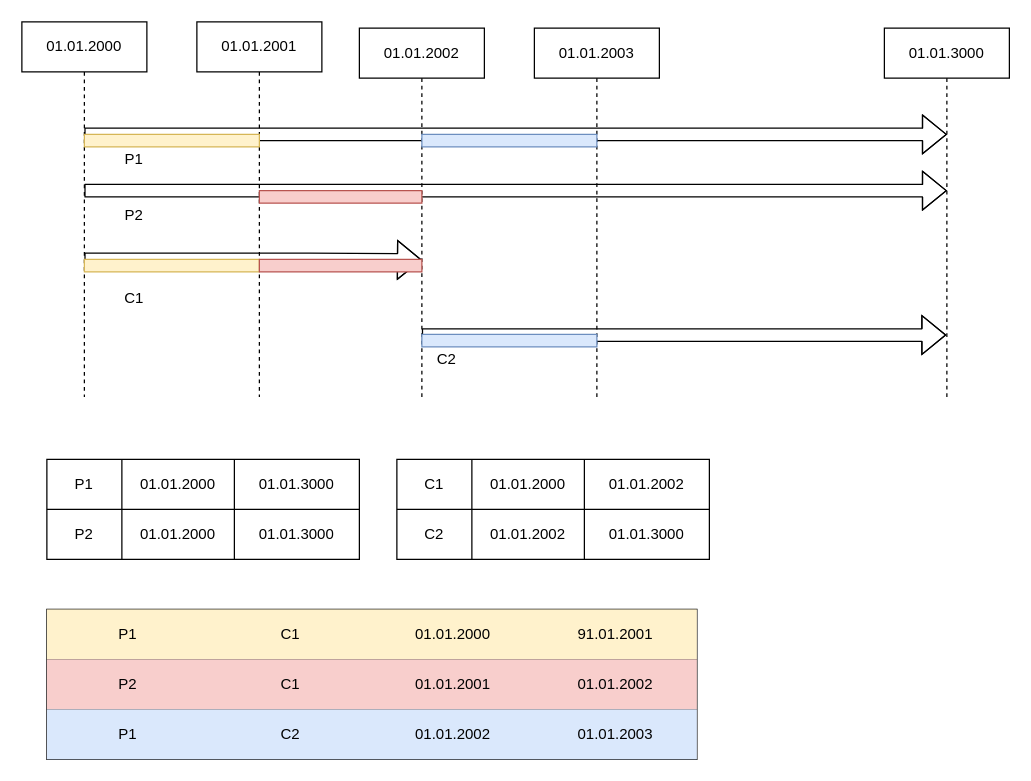
The draw.io diagram page "Page-1" (1 of 2) of gitTest/Untitled Diagram.drawio in Lucutus/gitTest, before the edit. Source tidied: cells renumbered, new cells numbered last; positions are measured from the earlier drawing's top-left corner, leaving out a move shared by most shapes. Both pictures are drawn from the tidied source at 125%, with x=0, y=0 at pixel (21, 21).
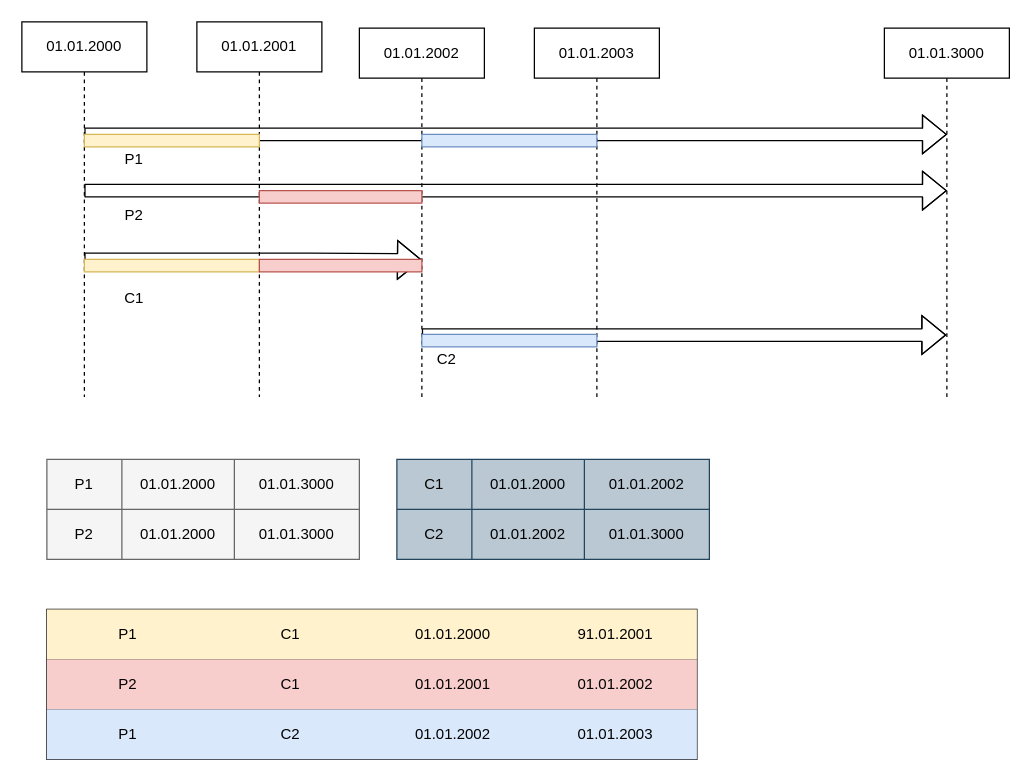
The same page after the edit.

Change to the diagram source:
```diff
@@
-    <mxCell id="19" style="shape=table;html=1;whiteSpace=wrap;startSize=0;childLayout=tableLayout;" parent="1" vertex="1">
+    <mxCell id="19" style="shape=table;html=1;whiteSpace=wrap;startSize=0;childLayout=tableLayout;fillColor=#f5f5f5;strokeColor=#666666;fontColor=#333333;" parent="1" vertex="1">
       <mxGeometry x="20" y="350" width="250" height="80" as="geometry" />
     </mxCell>
@@
-    <mxCell id="28" style="shape=table;html=1;whiteSpace=wrap;startSize=0;childLayout=tableLayout;" parent="1" vertex="1">
+    <mxCell id="28" style="shape=table;html=1;whiteSpace=wrap;startSize=0;childLayout=tableLayout;fillColor=#bac8d3;strokeColor=#23445d;" parent="1" vertex="1">
       <mxGeometry x="300" y="350" width="250" height="80" as="geometry" />
     </mxCell>
```
